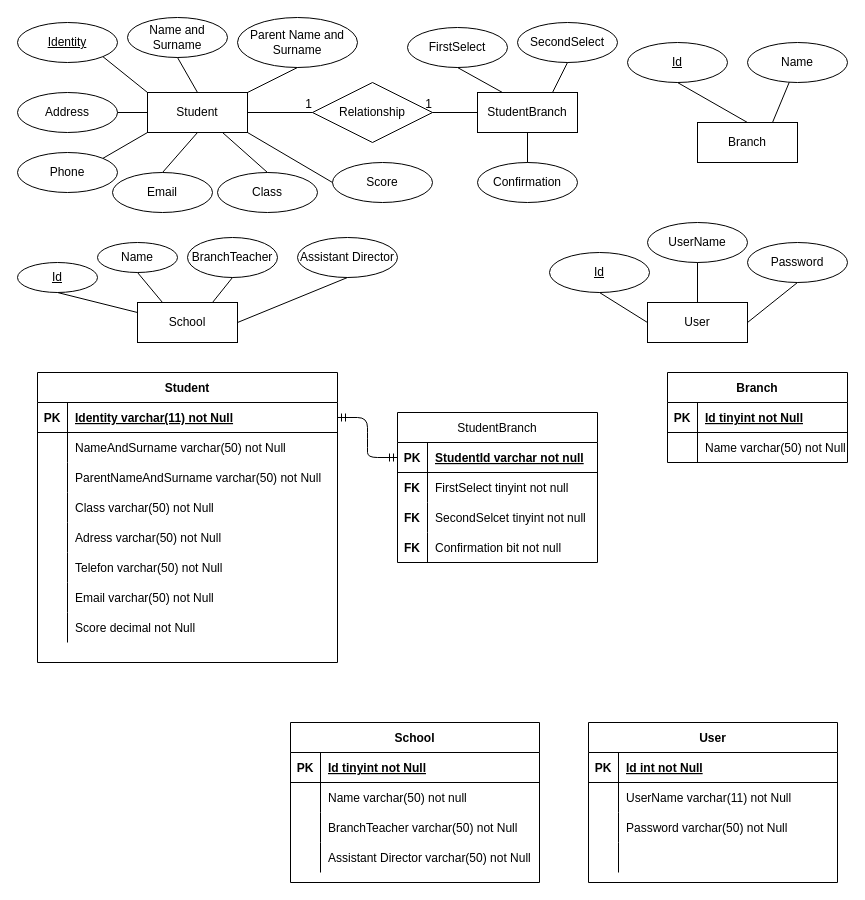
Before: Entity Relationship Diagram.drawio in ozdemirali/BranchSelectTasarim, a draw.io diagram. Source tidied: cells renumbered, new cells numbered last; positions are measured from the earlier drawing's top-left corner, leaving out a move shared by most shapes. Both pictures are drawn from the tidied source at 100%, with x=0, y=0 at pixel (17, 17).
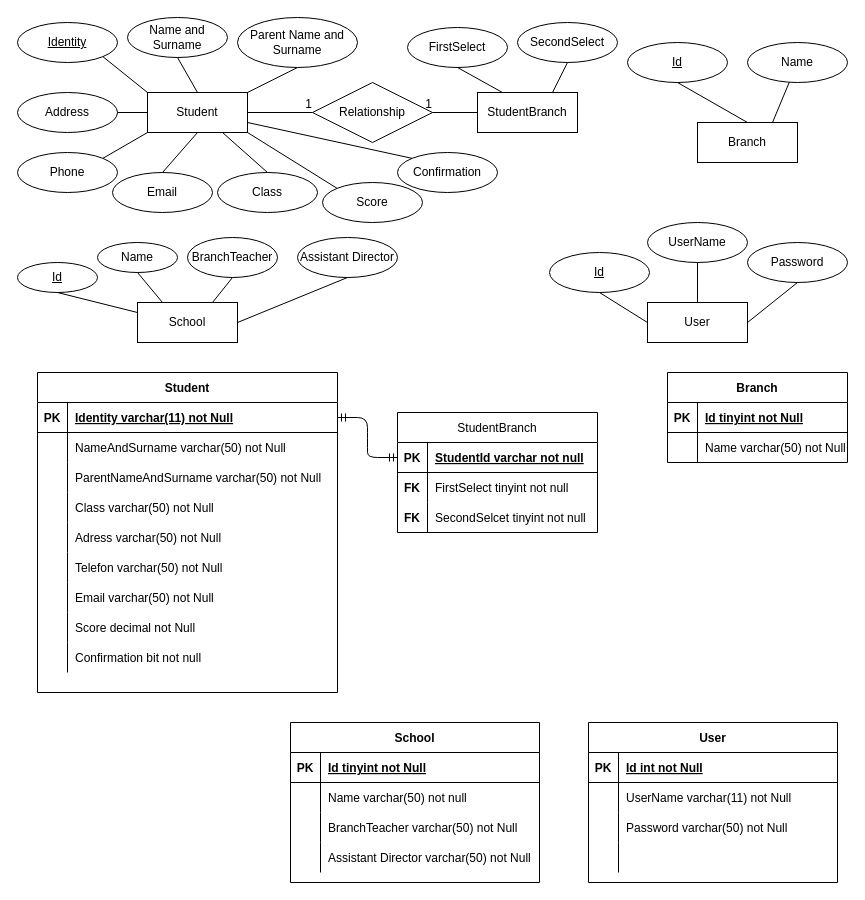
Above is the later version.

Commit message:
Student Table is edited

The change refers to these unchanged cells:
```xml
<mxCell id="2" value="Student" style="whiteSpace=wrap;html=1;align=center;" parent="1" vertex="1">
  <mxGeometry x="130" y="75" width="100" height="40" as="geometry" />
</mxCell>
<mxCell id="117" value="StudentBranch" style="whiteSpace=wrap;html=1;align=center;" parent="1" vertex="1">
  <mxGeometry x="460" y="75" width="100" height="40" as="geometry" />
</mxCell>
```

What changed in the source:
```diff
@@
     <mxCell id="24" value="Confirmation" style="ellipse;whiteSpace=wrap;html=1;align=center;" parent="1" vertex="1">
-      <mxGeometry x="460" y="145" width="100" height="40" as="geometry" />
+      <mxGeometry x="380" y="135" width="100" height="40" as="geometry" />
     </mxCell>
-    <mxCell id="25" style="endArrow=none;html=1;rounded=0;exitX=0.5;exitY=1;exitDx=0;exitDy=0;entryX=0.5;entryY=0;entryDx=0;entryDy=0;" parent="1" edge="1" source="117" target="24">
+    <mxCell id="25" style="endArrow=none;html=1;rounded=0;entryX=0;entryY=0;entryDx=0;entryDy=0;exitX=1;exitY=0.75;exitDx=0;exitDy=0;" parent="1" edge="1" source="2" target="24">
       <mxGeometry relative="1" as="geometry" />
     </mxCell>
@@
     <mxCell id="37" value="Student" style="shape=table;startSize=30;childLayout=tableLayout;rowLines=0;fontStyle=1;align=center;" parent="1" vertex="1">
-      <mxGeometry x="20" y="355" width="300" height="290" as="geometry" />
+      <mxGeometry x="20" y="355" width="300" height="320" as="geometry" />
     </mxCell>
@@
+    <mxCell id="79" style="shape=partialRectangle;fillColor=none;top=0;left=0;bottom=0;right=0;" parent="37" vertex="1">
+      <mxGeometry y="270" width="300" height="30" as="geometry" />
+    </mxCell>
+    <mxCell id="80" style="shape=partialRectangle;fillColor=none;top=0;left=0;bottom=0;right=0;overflow=hidden;fontStyle=1;" parent="79" vertex="1">
+      <mxGeometry width="30" height="30" as="geometry" />
+    </mxCell>
+    <mxCell id="81" value="Confirmation bit not null" style="shape=partialRectangle;fillColor=none;top=0;left=0;bottom=0;right=0;align=left;spacingLeft=6;overflow=hidden;" parent="79" vertex="1">
+      <mxGeometry x="30" width="270" height="30" as="geometry" />
+    </mxCell>
@@
     <mxCell id="69" value="StudentBranch" style="shape=table;startSize=30;childLayout=tableLayout;rowLines=0;fontStyle=0;align=center;" parent="1" vertex="1">
-      <mxGeometry x="380" y="395" width="200" height="150" as="geometry" />
+      <mxGeometry x="380" y="395" width="200" height="120" as="geometry" />
     </mxCell>
@@
-    <mxCell id="79" style="shape=partialRectangle;fillColor=none;top=0;left=0;bottom=0;right=0;" parent="69" vertex="1">
-      <mxGeometry y="120" width="200" height="30" as="geometry" />
-    </mxCell>
-    <mxCell id="80" value="FK" style="shape=partialRectangle;fillColor=none;top=0;left=0;bottom=0;right=0;overflow=hidden;fontStyle=1;" parent="79" vertex="1">
-      <mxGeometry width="30" height="30" as="geometry" />
-    </mxCell>
-    <mxCell id="81" value="Confirmation bit not null" style="shape=partialRectangle;fillColor=none;top=0;left=0;bottom=0;right=0;align=left;spacingLeft=6;overflow=hidden;" parent="79" vertex="1">
-      <mxGeometry x="30" width="170" height="30" as="geometry" />
-    </mxCell>
@@
     <mxCell id="95" value="Score" style="ellipse;whiteSpace=wrap;html=1;align=center;" parent="1" vertex="1">
-      <mxGeometry x="315" y="145" width="100" height="40" as="geometry" />
+      <mxGeometry x="305" y="165" width="100" height="40" as="geometry" />
     </mxCell>
-    <mxCell id="96" style="endArrow=none;html=1;rounded=0;exitX=1;exitY=1;exitDx=0;exitDy=0;entryX=0;entryY=0.5;entryDx=0;entryDy=0;" parent="1" edge="1" source="2" target="95">
+    <mxCell id="96" style="endArrow=none;html=1;rounded=0;exitX=1;exitY=1;exitDx=0;exitDy=0;entryX=0;entryY=0;entryDx=0;entryDy=0;" parent="1" edge="1" source="2" target="95">
       <mxGeometry relative="1" as="geometry" />
     </mxCell>
```
